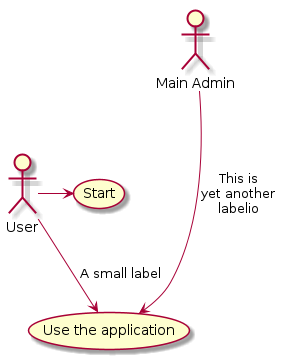
This is meilenstein_05/.template/usecase-{modul}/usecase-{modul}.png from weichware10/meilensteine, a PlantUML export, as it was before one commit.
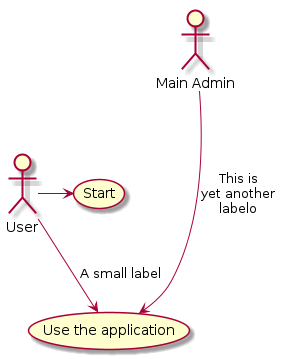
Above is the later version.

Commit message:
rendered PNGs and SVGs

Change to the diagram source:
```diff
@@ -1,8 +1,9 @@
 @startuml {modul}
+skinparam backgroundColor white
 
 User -> (Start)
 User --> (Use the application) : A small label
 
-:Main Admin: ---> (Use the application) : This is\nyet another\nlabelio
+:Main Admin: ---> (Use the application) : This is\nyet another\nlabelo
 
 @enduml
```
